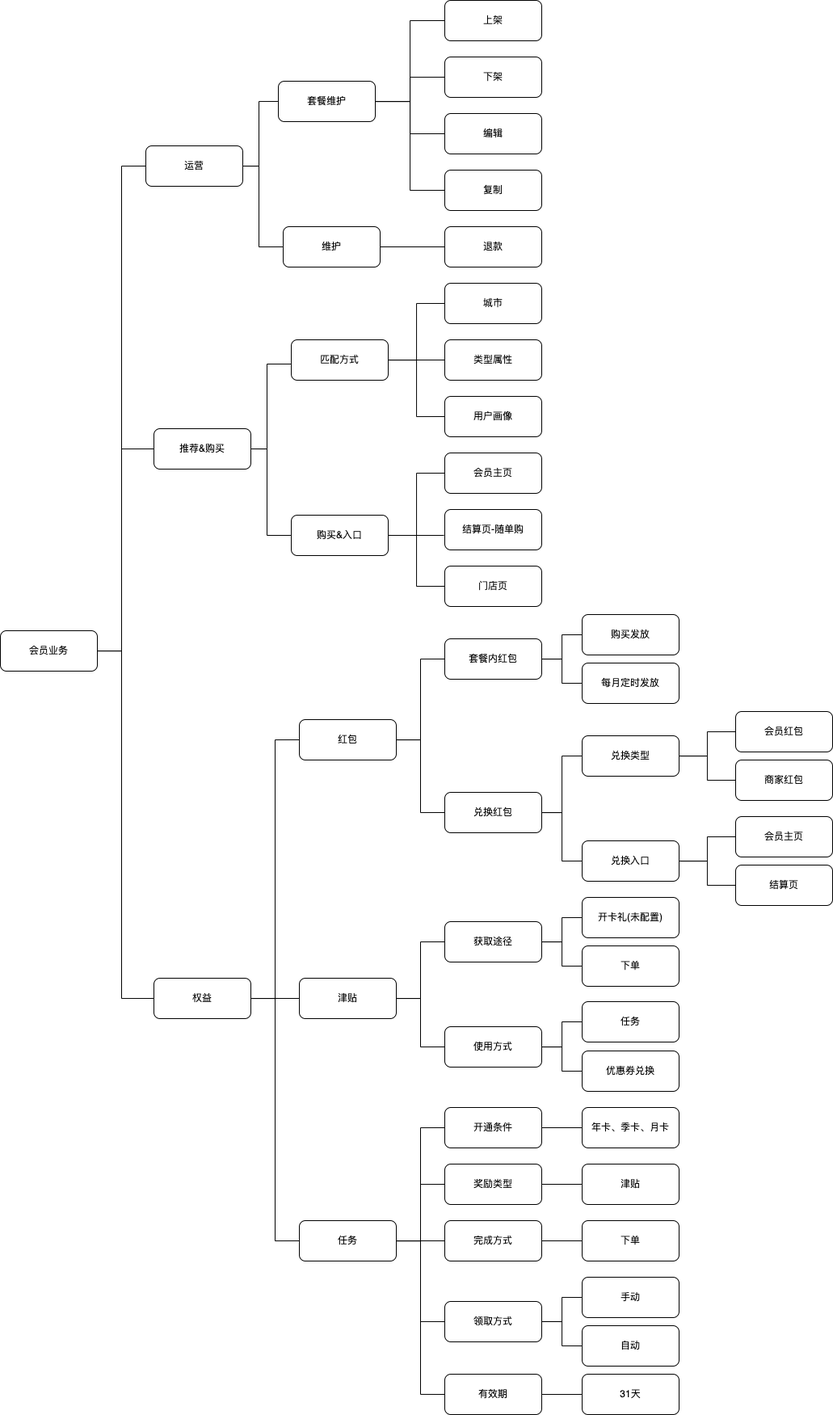
Above: 会员支持业务.png in 845642761/diagram (draw.io), before the change. Source tidied: cells renumbered, new cells last; positions are measured from the earlier drawing's top-left corner, leaving out a move shared by most shapes.
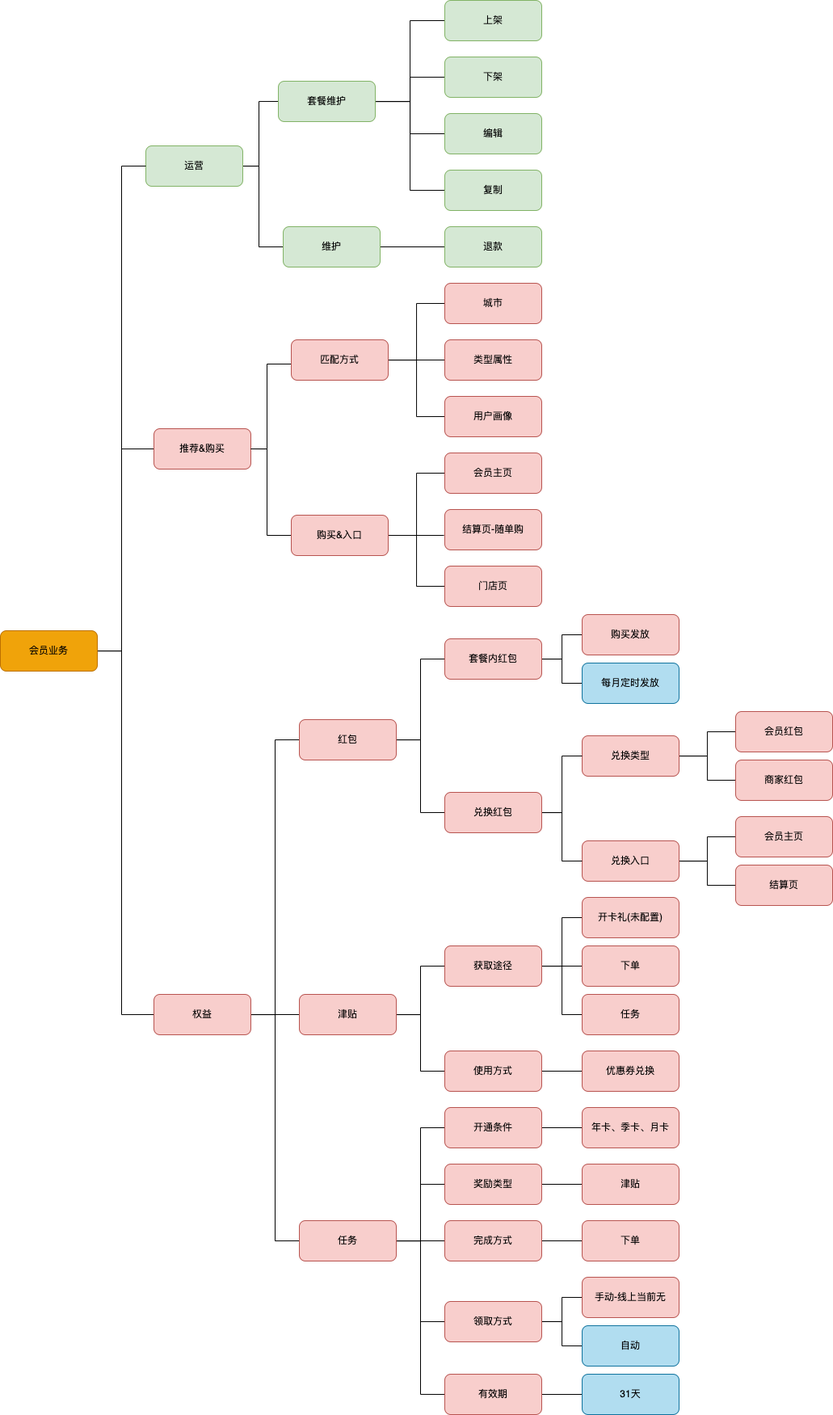
The same diagram one commit later.

Commit message:
更新会员支持业务.png

Diff of the diagram source:
```diff
@@ -20,3 +20,3 @@
     </mxCell>
-    <mxCell id="4" value="运营" style="rounded=1;whiteSpace=wrap;html=1;" parent="1" vertex="1">
+    <mxCell id="4" value="运营" style="rounded=1;whiteSpace=wrap;html=1;fillColor=#d5e8d4;strokeColor=#82b366;" parent="1" vertex="1">
       <mxGeometry x="180" y="180" width="120" height="50" as="geometry" />
@@ -30,3 +30,3 @@
           <mxPoint x="150" y="805" />
-          <mxPoint x="150" y="1235" />
+          <mxPoint x="150" y="1255" />
         </Array>
@@ -42,3 +42,3 @@
     </mxCell>
-    <mxCell id="8" value="会员业务" style="rounded=1;whiteSpace=wrap;html=1;" parent="1" vertex="1">
+    <mxCell id="8" value="会员业务" style="rounded=1;whiteSpace=wrap;html=1;fillColor=#f0a30a;fontColor=#000000;strokeColor=#BD7000;" parent="1" vertex="1">
       <mxGeometry y="780" width="120" height="50" as="geometry" />
@@ -54,6 +54,6 @@
     </mxCell>
-    <mxCell id="12" value="权益" style="rounded=1;whiteSpace=wrap;html=1;" parent="1" vertex="1">
-      <mxGeometry x="190" y="1210" width="120" height="50" as="geometry" />
+    <mxCell id="12" value="权益" style="rounded=1;whiteSpace=wrap;html=1;fillColor=#f8cecc;strokeColor=#b85450;" parent="1" vertex="1">
+      <mxGeometry x="190" y="1230" width="120" height="50" as="geometry" />
     </mxCell>
-    <mxCell id="13" value="推荐&amp;amp;购买" style="rounded=1;whiteSpace=wrap;html=1;" parent="1" vertex="1">
+    <mxCell id="13" value="推荐&amp;amp;购买" style="rounded=1;whiteSpace=wrap;html=1;fillColor=#f8cecc;strokeColor=#b85450;" parent="1" vertex="1">
       <mxGeometry x="190" y="530" width="120" height="50" as="geometry" />
@@ -72,15 +72,15 @@
     </mxCell>
-    <mxCell id="18" value="套餐维护" style="rounded=1;whiteSpace=wrap;html=1;" parent="1" vertex="1">
+    <mxCell id="18" value="套餐维护" style="rounded=1;whiteSpace=wrap;html=1;fillColor=#d5e8d4;strokeColor=#82b366;" parent="1" vertex="1">
       <mxGeometry x="344" y="100" width="120" height="50" as="geometry" />
     </mxCell>
-    <mxCell id="19" value="上架" style="rounded=1;whiteSpace=wrap;html=1;" parent="1" vertex="1">
+    <mxCell id="19" value="上架" style="rounded=1;whiteSpace=wrap;html=1;fillColor=#d5e8d4;strokeColor=#82b366;" parent="1" vertex="1">
       <mxGeometry x="550" width="120" height="50" as="geometry" />
     </mxCell>
-    <mxCell id="20" value="复制" style="rounded=1;whiteSpace=wrap;html=1;" parent="1" vertex="1">
+    <mxCell id="20" value="复制" style="rounded=1;whiteSpace=wrap;html=1;fillColor=#d5e8d4;strokeColor=#82b366;" parent="1" vertex="1">
       <mxGeometry x="550" y="210" width="120" height="50" as="geometry" />
     </mxCell>
-    <mxCell id="21" value="编辑" style="rounded=1;whiteSpace=wrap;html=1;" parent="1" vertex="1">
+    <mxCell id="21" value="编辑" style="rounded=1;whiteSpace=wrap;html=1;fillColor=#d5e8d4;strokeColor=#82b366;" parent="1" vertex="1">
       <mxGeometry x="550" y="140" width="120" height="50" as="geometry" />
     </mxCell>
-    <mxCell id="22" value="下架" style="rounded=1;whiteSpace=wrap;html=1;" parent="1" vertex="1">
+    <mxCell id="22" value="下架" style="rounded=1;whiteSpace=wrap;html=1;fillColor=#d5e8d4;strokeColor=#82b366;" parent="1" vertex="1">
       <mxGeometry x="550" y="70" width="120" height="50" as="geometry" />
@@ -110,3 +110,3 @@
     </mxCell>
-    <mxCell id="27" value="红包" style="rounded=1;whiteSpace=wrap;html=1;" parent="1" vertex="1">
+    <mxCell id="27" value="红包" style="rounded=1;whiteSpace=wrap;html=1;fillColor=#f8cecc;strokeColor=#b85450;" parent="1" vertex="1">
       <mxGeometry x="370" y="890" width="120" height="50" as="geometry" />
@@ -128,3 +128,3 @@
     </mxCell>
-    <mxCell id="33" value="任务" style="rounded=1;whiteSpace=wrap;html=1;" parent="1" vertex="1">
+    <mxCell id="33" value="任务" style="rounded=1;whiteSpace=wrap;html=1;fillColor=#f8cecc;strokeColor=#b85450;" parent="1" vertex="1">
       <mxGeometry x="370" y="1510" width="120" height="50" as="geometry" />
@@ -140,3 +140,3 @@
     </mxCell>
-    <mxCell id="37" value="匹配方式" style="rounded=1;whiteSpace=wrap;html=1;" parent="1" vertex="1">
+    <mxCell id="37" value="匹配方式" style="rounded=1;whiteSpace=wrap;html=1;fillColor=#f8cecc;strokeColor=#b85450;" parent="1" vertex="1">
       <mxGeometry x="360" y="420" width="120" height="50" as="geometry" />
@@ -152,3 +152,3 @@
     </mxCell>
-    <mxCell id="41" value="购买&amp;amp;入口" style="rounded=1;whiteSpace=wrap;html=1;" parent="1" vertex="1">
+    <mxCell id="41" value="购买&amp;amp;入口" style="rounded=1;whiteSpace=wrap;html=1;fillColor=#f8cecc;strokeColor=#b85450;" parent="1" vertex="1">
       <mxGeometry x="360" y="637" width="120" height="50" as="geometry" />
@@ -161,3 +161,3 @@
     </mxCell>
-    <mxCell id="44" value="兑换类型" style="rounded=1;whiteSpace=wrap;html=1;" parent="1" vertex="1">
+    <mxCell id="44" value="兑换类型" style="rounded=1;whiteSpace=wrap;html=1;fillColor=#f8cecc;strokeColor=#b85450;" parent="1" vertex="1">
       <mxGeometry x="720" y="910" width="120" height="50" as="geometry" />
@@ -170,3 +170,3 @@
     </mxCell>
-    <mxCell id="47" value="兑换入口" style="rounded=1;whiteSpace=wrap;html=1;" parent="1" vertex="1">
+    <mxCell id="47" value="兑换入口" style="rounded=1;whiteSpace=wrap;html=1;fillColor=#f8cecc;strokeColor=#b85450;" parent="1" vertex="1">
       <mxGeometry x="720" y="1040" width="120" height="50" as="geometry" />
@@ -179,3 +179,3 @@
     </mxCell>
-    <mxCell id="50" value="套餐内红包" style="rounded=1;whiteSpace=wrap;html=1;" parent="1" vertex="1">
+    <mxCell id="50" value="套餐内红包" style="rounded=1;whiteSpace=wrap;html=1;fillColor=#f8cecc;strokeColor=#b85450;" parent="1" vertex="1">
       <mxGeometry x="550" y="790" width="120" height="50" as="geometry" />
@@ -188,39 +188,39 @@
     </mxCell>
-    <mxCell id="53" value="兑换红包" style="rounded=1;whiteSpace=wrap;html=1;" parent="1" vertex="1">
+    <mxCell id="53" value="兑换红包" style="rounded=1;whiteSpace=wrap;html=1;fillColor=#f8cecc;strokeColor=#b85450;" parent="1" vertex="1">
       <mxGeometry x="550" y="980" width="120" height="50" as="geometry" />
     </mxCell>
-    <mxCell id="54" value="门店页" style="rounded=1;whiteSpace=wrap;html=1;" parent="1" vertex="1">
+    <mxCell id="54" value="门店页" style="rounded=1;whiteSpace=wrap;html=1;fillColor=#f8cecc;strokeColor=#b85450;" parent="1" vertex="1">
       <mxGeometry x="550" y="700" width="120" height="50" as="geometry" />
     </mxCell>
-    <mxCell id="55" value="结算页-随单购" style="rounded=1;whiteSpace=wrap;html=1;" parent="1" vertex="1">
+    <mxCell id="55" value="结算页-随单购" style="rounded=1;whiteSpace=wrap;html=1;fillColor=#f8cecc;strokeColor=#b85450;" parent="1" vertex="1">
       <mxGeometry x="550" y="630" width="120" height="50" as="geometry" />
     </mxCell>
-    <mxCell id="56" value="会员主页" style="rounded=1;whiteSpace=wrap;html=1;" parent="1" vertex="1">
+    <mxCell id="56" value="会员主页" style="rounded=1;whiteSpace=wrap;html=1;fillColor=#f8cecc;strokeColor=#b85450;" parent="1" vertex="1">
       <mxGeometry x="550" y="560" width="120" height="50" as="geometry" />
     </mxCell>
-    <mxCell id="57" value="用户画像" style="rounded=1;whiteSpace=wrap;html=1;" parent="1" vertex="1">
+    <mxCell id="57" value="用户画像" style="rounded=1;whiteSpace=wrap;html=1;fillColor=#f8cecc;strokeColor=#b85450;" parent="1" vertex="1">
       <mxGeometry x="550" y="490" width="120" height="50" as="geometry" />
     </mxCell>
-    <mxCell id="58" value="类型属性" style="rounded=1;whiteSpace=wrap;html=1;" parent="1" vertex="1">
+    <mxCell id="58" value="类型属性" style="rounded=1;whiteSpace=wrap;html=1;fillColor=#f8cecc;strokeColor=#b85450;" parent="1" vertex="1">
       <mxGeometry x="550" y="420" width="120" height="50" as="geometry" />
     </mxCell>
-    <mxCell id="59" value="城市" style="rounded=1;whiteSpace=wrap;html=1;" parent="1" vertex="1">
+    <mxCell id="59" value="城市" style="rounded=1;whiteSpace=wrap;html=1;fillColor=#f8cecc;strokeColor=#b85450;" parent="1" vertex="1">
       <mxGeometry x="550" y="350" width="120" height="50" as="geometry" />
     </mxCell>
-    <mxCell id="60" value="购买发放" style="rounded=1;whiteSpace=wrap;html=1;" parent="1" vertex="1">
+    <mxCell id="60" value="购买发放" style="rounded=1;whiteSpace=wrap;html=1;fillColor=#f8cecc;strokeColor=#b85450;" parent="1" vertex="1">
       <mxGeometry x="720" y="760" width="120" height="50" as="geometry" />
     </mxCell>
-    <mxCell id="61" value="会员红包" style="rounded=1;whiteSpace=wrap;html=1;" parent="1" vertex="1">
+    <mxCell id="61" value="会员红包" style="rounded=1;whiteSpace=wrap;html=1;fillColor=#f8cecc;strokeColor=#b85450;" parent="1" vertex="1">
       <mxGeometry x="910" y="880" width="120" height="50" as="geometry" />
     </mxCell>
-    <mxCell id="62" value="每月定时发放" style="rounded=1;whiteSpace=wrap;html=1;" parent="1" vertex="1">
+    <mxCell id="62" value="每月定时发放" style="rounded=1;whiteSpace=wrap;html=1;fillColor=#b1ddf0;strokeColor=#10739e;" parent="1" vertex="1">
       <mxGeometry x="720" y="820" width="120" height="50" as="geometry" />
     </mxCell>
-    <mxCell id="63" value="商家红包" style="rounded=1;whiteSpace=wrap;html=1;" parent="1" vertex="1">
+    <mxCell id="63" value="商家红包" style="rounded=1;whiteSpace=wrap;html=1;fillColor=#f8cecc;strokeColor=#b85450;" parent="1" vertex="1">
       <mxGeometry x="910" y="940" width="120" height="50" as="geometry" />
     </mxCell>
-    <mxCell id="64" value="结算页" style="rounded=1;whiteSpace=wrap;html=1;" parent="1" vertex="1">
+    <mxCell id="64" value="结算页" style="rounded=1;whiteSpace=wrap;html=1;fillColor=#f8cecc;strokeColor=#b85450;" parent="1" vertex="1">
       <mxGeometry x="910" y="1070" width="120" height="50" as="geometry" />
     </mxCell>
-    <mxCell id="65" value="会员主页" style="rounded=1;whiteSpace=wrap;html=1;" parent="1" vertex="1">
+    <mxCell id="65" value="会员主页" style="rounded=1;whiteSpace=wrap;html=1;fillColor=#f8cecc;strokeColor=#b85450;" parent="1" vertex="1">
       <mxGeometry x="910" y="1010" width="120" height="50" as="geometry" />
@@ -233,8 +233,5 @@
     </mxCell>
-    <mxCell id="68" value="津贴" style="rounded=1;whiteSpace=wrap;html=1;" parent="1" vertex="1">
-      <mxGeometry x="370" y="1210" width="120" height="50" as="geometry" />
+    <mxCell id="68" value="津贴" style="rounded=1;whiteSpace=wrap;html=1;fillColor=#f8cecc;strokeColor=#b85450;" parent="1" vertex="1">
+      <mxGeometry x="370" y="1230" width="120" height="50" as="geometry" />
     </mxCell>
-    <mxCell id="69" style="edgeStyle=orthogonalEdgeStyle;rounded=0;jettySize=auto;html=1;entryX=0;entryY=0.5;entryDx=0;entryDy=0;endArrow=none;endFill=0;" parent="1" edge="1" source="71" target="77">
-      <mxGeometry relative="1" as="geometry" />
-    </mxCell>
     <mxCell id="70" style="edgeStyle=orthogonalEdgeStyle;rounded=0;jettySize=auto;html=1;entryX=0;entryY=0.5;entryDx=0;entryDy=0;endArrow=none;endFill=0;" parent="1" edge="1" source="71" target="78">
@@ -242,4 +239,4 @@
     </mxCell>
-    <mxCell id="71" value="使用方式" style="rounded=1;whiteSpace=wrap;html=1;" parent="1" vertex="1">
-      <mxGeometry x="550" y="1270" width="120" height="50" as="geometry" />
+    <mxCell id="71" value="使用方式" style="rounded=1;whiteSpace=wrap;html=1;fillColor=#f8cecc;strokeColor=#b85450;" parent="1" vertex="1">
+      <mxGeometry x="550" y="1300" width="120" height="50" as="geometry" />
     </mxCell>
@@ -251,15 +248,18 @@
     </mxCell>
+    <mxCell id="99" style="edgeStyle=orthogonalEdgeStyle;rounded=0;jettySize=auto;html=1;entryX=0;entryY=0.5;entryDx=0;entryDy=0;fontSize=18;endArrow=none;endFill=0;" parent="1" edge="1" source="74" target="77">
+      <mxGeometry relative="1" as="geometry" />
+    </mxCell>
-    <mxCell id="74" value="获取途径" style="rounded=1;whiteSpace=wrap;html=1;" parent="1" vertex="1">
-      <mxGeometry x="550" y="1140" width="120" height="50" as="geometry" />
+    <mxCell id="74" value="获取途径" style="rounded=1;whiteSpace=wrap;html=1;fillColor=#f8cecc;strokeColor=#b85450;" parent="1" vertex="1">
+      <mxGeometry x="550" y="1170" width="120" height="50" as="geometry" />
     </mxCell>
-    <mxCell id="75" value="开卡礼(未配置)" style="rounded=1;whiteSpace=wrap;html=1;" parent="1" vertex="1">
+    <mxCell id="75" value="开卡礼(未配置)" style="rounded=1;whiteSpace=wrap;html=1;fillColor=#f8cecc;strokeColor=#b85450;" parent="1" vertex="1">
       <mxGeometry x="720" y="1110" width="120" height="50" as="geometry" />
     </mxCell>
-    <mxCell id="76" value="下单" style="rounded=1;whiteSpace=wrap;html=1;" parent="1" vertex="1">
+    <mxCell id="76" value="下单" style="rounded=1;whiteSpace=wrap;html=1;fillColor=#f8cecc;strokeColor=#b85450;" parent="1" vertex="1">
       <mxGeometry x="720" y="1170" width="120" height="50" as="geometry" />
     </mxCell>
-    <mxCell id="77" value="任务" style="rounded=1;whiteSpace=wrap;html=1;" parent="1" vertex="1">
-      <mxGeometry x="720" y="1239" width="120" height="50" as="geometry" />
+    <mxCell id="77" value="任务" style="rounded=1;whiteSpace=wrap;html=1;fillColor=#f8cecc;strokeColor=#b85450;" parent="1" vertex="1">
+      <mxGeometry x="720" y="1230" width="120" height="50" as="geometry" />
     </mxCell>
-    <mxCell id="78" value="优惠券兑换" style="rounded=1;whiteSpace=wrap;html=1;" parent="1" vertex="1">
+    <mxCell id="78" value="优惠券兑换" style="rounded=1;whiteSpace=wrap;html=1;fillColor=#f8cecc;strokeColor=#b85450;" parent="1" vertex="1">
       <mxGeometry x="720" y="1300" width="120" height="50" as="geometry" />
@@ -269,3 +269,3 @@
     </mxCell>
-    <mxCell id="80" value="开通条件" style="rounded=1;whiteSpace=wrap;html=1;" parent="1" vertex="1">
+    <mxCell id="80" value="开通条件" style="rounded=1;whiteSpace=wrap;html=1;fillColor=#f8cecc;strokeColor=#b85450;" parent="1" vertex="1">
       <mxGeometry x="550" y="1370" width="120" height="50" as="geometry" />
@@ -278,3 +278,3 @@
     </mxCell>
-    <mxCell id="83" value="领取方式" style="rounded=1;whiteSpace=wrap;html=1;" parent="1" vertex="1">
+    <mxCell id="83" value="领取方式" style="rounded=1;whiteSpace=wrap;html=1;fillColor=#f8cecc;strokeColor=#b85450;" parent="1" vertex="1">
       <mxGeometry x="550" y="1610" width="120" height="50" as="geometry" />
@@ -284,12 +284,12 @@
     </mxCell>
-    <mxCell id="85" value="有效期" style="rounded=1;whiteSpace=wrap;html=1;" parent="1" vertex="1">
+    <mxCell id="85" value="有效期" style="rounded=1;whiteSpace=wrap;html=1;fillColor=#f8cecc;strokeColor=#b85450;" parent="1" vertex="1">
       <mxGeometry x="550" y="1700" width="120" height="50" as="geometry" />
     </mxCell>
-    <mxCell id="86" value="自动" style="rounded=1;whiteSpace=wrap;html=1;" parent="1" vertex="1">
+    <mxCell id="86" value="自动" style="rounded=1;whiteSpace=wrap;html=1;fillColor=#b1ddf0;strokeColor=#10739e;" parent="1" vertex="1">
       <mxGeometry x="720" y="1640" width="120" height="50" as="geometry" />
     </mxCell>
-    <mxCell id="87" value="年卡、季卡、月卡" style="rounded=1;whiteSpace=wrap;html=1;" parent="1" vertex="1">
+    <mxCell id="87" value="年卡、季卡、月卡" style="rounded=1;whiteSpace=wrap;html=1;fillColor=#f8cecc;strokeColor=#b85450;" parent="1" vertex="1">
       <mxGeometry x="720" y="1370" width="120" height="50" as="geometry" />
     </mxCell>
-    <mxCell id="88" value="手动" style="rounded=1;whiteSpace=wrap;html=1;" parent="1" vertex="1">
+    <mxCell id="88" value="手动-线上当前无" style="rounded=1;whiteSpace=wrap;html=1;fillColor=#f8cecc;strokeColor=#b85450;" parent="1" vertex="1">
       <mxGeometry x="720" y="1580" width="120" height="50" as="geometry" />
@@ -299,6 +299,6 @@
     </mxCell>
-    <mxCell id="90" value="奖励类型" style="rounded=1;whiteSpace=wrap;html=1;" parent="1" vertex="1">
+    <mxCell id="90" value="奖励类型" style="rounded=1;whiteSpace=wrap;html=1;fillColor=#f8cecc;strokeColor=#b85450;" parent="1" vertex="1">
       <mxGeometry x="550" y="1440" width="120" height="50" as="geometry" />
     </mxCell>
-    <mxCell id="91" value="津贴" style="rounded=1;whiteSpace=wrap;html=1;" parent="1" vertex="1">
+    <mxCell id="91" value="津贴" style="rounded=1;whiteSpace=wrap;html=1;fillColor=#f8cecc;strokeColor=#b85450;" parent="1" vertex="1">
       <mxGeometry x="720" y="1440" width="120" height="50" as="geometry" />
@@ -308,9 +308,9 @@
     </mxCell>
-    <mxCell id="93" value="完成方式" style="rounded=1;whiteSpace=wrap;html=1;" parent="1" vertex="1">
+    <mxCell id="93" value="完成方式" style="rounded=1;whiteSpace=wrap;html=1;fillColor=#f8cecc;strokeColor=#b85450;" parent="1" vertex="1">
       <mxGeometry x="550" y="1510" width="120" height="50" as="geometry" />
     </mxCell>
-    <mxCell id="94" value="下单" style="rounded=1;whiteSpace=wrap;html=1;" parent="1" vertex="1">
+    <mxCell id="94" value="下单" style="rounded=1;whiteSpace=wrap;html=1;fillColor=#f8cecc;strokeColor=#b85450;" parent="1" vertex="1">
       <mxGeometry x="720" y="1510" width="120" height="50" as="geometry" />
     </mxCell>
-    <mxCell id="95" value="31天" style="rounded=1;whiteSpace=wrap;html=1;" parent="1" vertex="1">
+    <mxCell id="95" value="31天" style="rounded=1;whiteSpace=wrap;html=1;fillColor=#b1ddf0;strokeColor=#10739e;" parent="1" vertex="1">
       <mxGeometry x="720" y="1700" width="120" height="50" as="geometry" />
@@ -320,6 +320,6 @@
     </mxCell>
-    <mxCell id="97" value="维护" style="rounded=1;whiteSpace=wrap;html=1;" parent="1" vertex="1">
+    <mxCell id="97" value="维护" style="rounded=1;whiteSpace=wrap;html=1;fillColor=#d5e8d4;strokeColor=#82b366;" parent="1" vertex="1">
       <mxGeometry x="350" y="280" width="120" height="50" as="geometry" />
     </mxCell>
-    <mxCell id="98" value="退款" style="rounded=1;whiteSpace=wrap;html=1;" parent="1" vertex="1">
+    <mxCell id="98" value="退款" style="rounded=1;whiteSpace=wrap;html=1;fillColor=#d5e8d4;strokeColor=#82b366;" parent="1" vertex="1">
       <mxGeometry x="550" y="280" width="120" height="50" as="geometry" />
```
